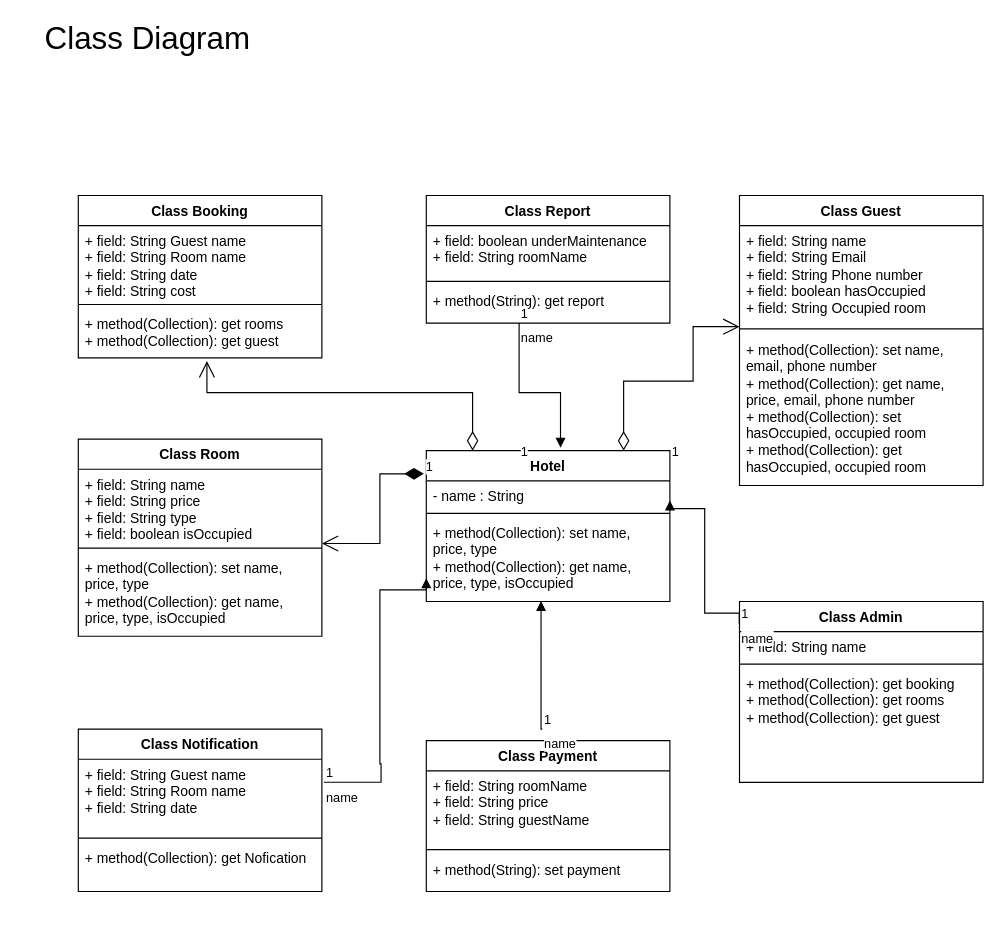
Earlier version of the draw.io diagram Mr EOB Tasks/The Monarchs Hotel/The Monarcks Hotel UML Class Diagram .drawio (Adamsonoladipupo/Java-Class-Exercises). Source tidied: cells renumbered, new cells numbered last; positions are measured from the earlier drawing's top-left corner, leaving out a move shared by most shapes. Both pictures are drawn from the tidied source at 116%, with x=0, y=0 at pixel (20, 21).
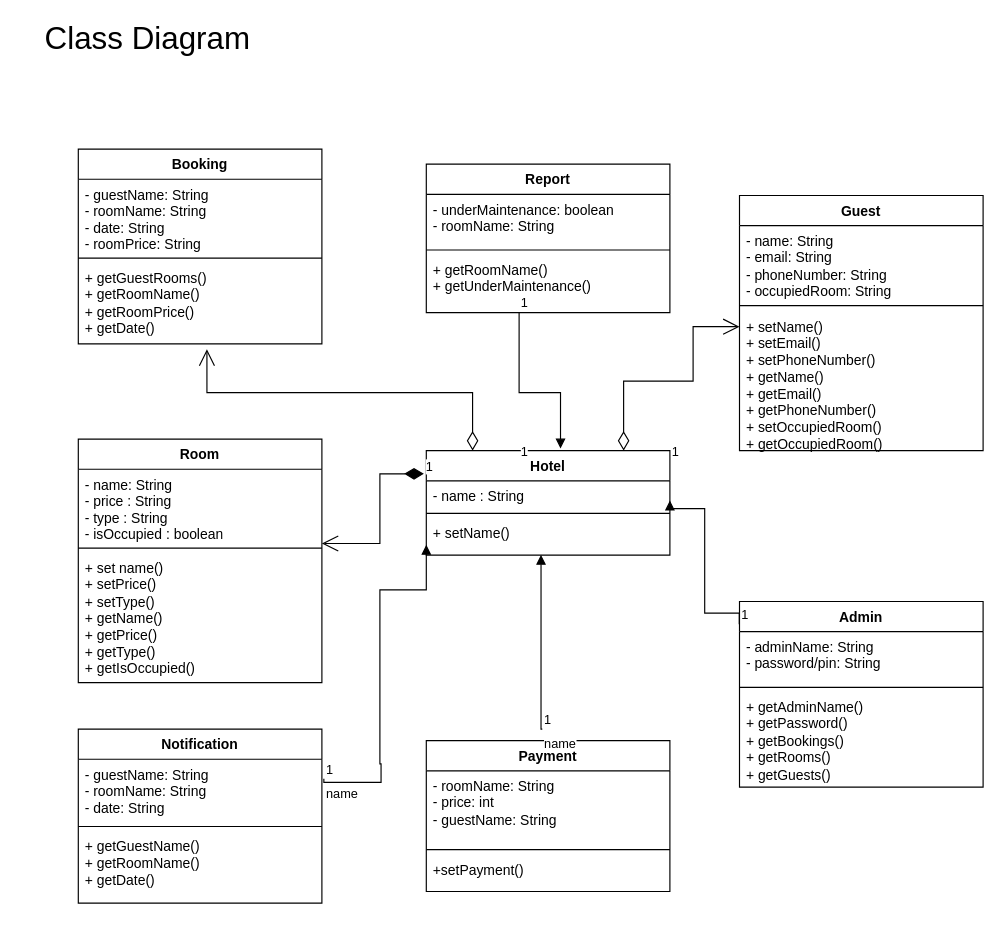
After the change.

Unchanged cells that the change refers to:
```xml
<mxCell id="16" value="- name : String&lt;div&gt;&lt;br&gt;&lt;/div&gt;" style="text;strokeColor=none;fillColor=none;align=left;verticalAlign=top;spacingLeft=4;spacingRight=4;overflow=hidden;points=[[0,0.5],[1,0.5]];portConstraint=eastwest;whiteSpace=wrap;html=1;" parent="15" vertex="1">
  <mxGeometry y="26" width="210" height="24" as="geometry" />
</mxCell>
```

The edit, as a diff of the source:
```diff
@@
-    <mxCell id="2" value="Class Admin" style="swimlane;fontStyle=1;align=center;verticalAlign=top;horizontal=1;startSize=26;whiteSpace=wrap;html=1;" parent="1" vertex="1">
-      <mxGeometry x="620" y="500" width="210" height="156" as="geometry" />
+    <mxCell id="2" value="Admin" style="swimlane;fontStyle=1;align=center;verticalAlign=top;horizontal=1;startSize=26;whiteSpace=wrap;html=1;" parent="1" vertex="1">
+      <mxGeometry x="620" y="500" width="210" height="160" as="geometry" />
     </mxCell>
-    <mxCell id="3" value="+ field: String name" style="text;strokeColor=none;fillColor=none;align=left;verticalAlign=top;spacingLeft=4;spacingRight=4;overflow=hidden;whiteSpace=wrap;html=1;" parent="2" vertex="1">
-      <mxGeometry y="26" width="210" height="24" as="geometry" />
+    <mxCell id="3" value="- adminName: String&lt;div&gt;- password/pin: String&lt;/div&gt;" style="text;strokeColor=none;fillColor=none;align=left;verticalAlign=top;spacingLeft=4;spacingRight=4;overflow=hidden;whiteSpace=wrap;html=1;" parent="2" vertex="1">
+      <mxGeometry y="26" width="210" height="44" as="geometry" />
     </mxCell>
     <mxCell id="4" style="line;strokeWidth=1;fillColor=none;align=left;verticalAlign=middle;spacingTop=-1;spacingLeft=3;spacingRight=3;labelPosition=right;strokeColor=inherit;" parent="2" vertex="1">
-      <mxGeometry y="50" width="210" height="8" as="geometry" />
+      <mxGeometry y="70" width="210" height="8" as="geometry" />
     </mxCell>
-    <mxCell id="5" value="+ method(Collection): get booking&lt;br&gt;&lt;div&gt;&lt;div&gt;+ method(Collection): get rooms&lt;/div&gt;&lt;div&gt;+ method(Collection): get guest&lt;/div&gt;&lt;/div&gt;" style="text;strokeColor=none;fillColor=none;align=left;verticalAlign=top;spacingLeft=4;spacingRight=4;overflow=hidden;whiteSpace=wrap;html=1;" parent="2" vertex="1">
-      <mxGeometry y="58" width="210" height="98" as="geometry" />
+    <mxCell id="5" value="&lt;div&gt;+ getAdminName()&lt;/div&gt;&lt;div&gt;+ getPassword()&lt;/div&gt;+ getBookings()&lt;br&gt;&lt;div&gt;&lt;div&gt;+ getRooms()&lt;/div&gt;&lt;div&gt;+ getGuests()&lt;/div&gt;&lt;/div&gt;" style="text;strokeColor=none;fillColor=none;align=left;verticalAlign=top;spacingLeft=4;spacingRight=4;overflow=hidden;whiteSpace=wrap;html=1;" parent="2" vertex="1">
+      <mxGeometry y="78" width="210" height="82" as="geometry" />
     </mxCell>
-    <mxCell id="6" value="Class Room" style="swimlane;fontStyle=1;align=center;verticalAlign=top;horizontal=1;startSize=26;whiteSpace=wrap;html=1;" parent="1" vertex="1">
-      <mxGeometry x="50" y="360" width="210" height="170" as="geometry" />
+    <mxCell id="6" value="Room" style="swimlane;fontStyle=1;align=center;verticalAlign=top;horizontal=1;startSize=26;whiteSpace=wrap;html=1;" parent="1" vertex="1">
+      <mxGeometry x="50" y="360" width="210" height="210" as="geometry" />
     </mxCell>
-    <mxCell id="7" value="+ field: String name&lt;div&gt;+ field: String price&lt;/div&gt;&lt;div&gt;+ field: String type&lt;/div&gt;&lt;div&gt;+ field: boolean isOccupied&lt;/div&gt;" style="text;strokeColor=none;fillColor=none;align=left;verticalAlign=top;spacingLeft=4;spacingRight=4;overflow=hidden;whiteSpace=wrap;html=1;" parent="6" vertex="1">
+    <mxCell id="7" value="- name: String&lt;div&gt;&lt;span style=&quot;background-color: transparent; color: light-dark(rgb(0, 0, 0), rgb(255, 255, 255));&quot;&gt;- price : String&lt;/span&gt;&lt;div&gt;- type : String&lt;/div&gt;&lt;div&gt;- isOccupied : boolean&lt;/div&gt;&lt;/div&gt;" style="text;strokeColor=none;fillColor=none;align=left;verticalAlign=top;spacingLeft=4;spacingRight=4;overflow=hidden;whiteSpace=wrap;html=1;" parent="6" vertex="1">
       <mxGeometry y="26" width="210" height="64" as="geometry" />
     </mxCell>
@@
-    <mxCell id="9" value="&lt;span style=&quot;background-color: transparent; color: light-dark(rgb(0, 0, 0), rgb(255, 255, 255));&quot;&gt;+ method(Collection): set name, price, type&lt;/span&gt;&lt;div&gt;+ method(Collection): get name, price, type, isOccupied&lt;/div&gt;" style="text;strokeColor=none;fillColor=none;align=left;verticalAlign=top;spacingLeft=4;spacingRight=4;overflow=hidden;whiteSpace=wrap;html=1;" parent="6" vertex="1">
-      <mxGeometry y="98" width="210" height="72" as="geometry" />
+    <mxCell id="9" value="&lt;span style=&quot;background-color: transparent; color: light-dark(rgb(0, 0, 0), rgb(255, 255, 255));&quot;&gt;+ set name()&amp;nbsp;&lt;/span&gt;&lt;div&gt;&lt;span style=&quot;background-color: transparent; color: light-dark(rgb(0, 0, 0), rgb(255, 255, 255));&quot;&gt;+ setPrice()&lt;/span&gt;&lt;/div&gt;&lt;div&gt;&lt;span style=&quot;background-color: transparent; color: light-dark(rgb(0, 0, 0), rgb(255, 255, 255));&quot;&gt;+ setType()&lt;/span&gt;&lt;/div&gt;&lt;div&gt;+ getName()&lt;/div&gt;&lt;div&gt;+ getPrice()&lt;/div&gt;&lt;div&gt;+ getType()&lt;/div&gt;&lt;div&gt;+ getIsOccupied()&lt;/div&gt;" style="text;strokeColor=none;fillColor=none;align=left;verticalAlign=top;spacingLeft=4;spacingRight=4;overflow=hidden;whiteSpace=wrap;html=1;" parent="6" vertex="1">
+      <mxGeometry y="98" width="210" height="112" as="geometry" />
     </mxCell>
-    <mxCell id="10" value="Class Guest" style="swimlane;fontStyle=1;align=center;verticalAlign=top;horizontal=1;startSize=26;whiteSpace=wrap;html=1;" parent="1" vertex="1">
-      <mxGeometry x="620" y="150" width="210" height="250" as="geometry" />
+    <mxCell id="10" value="Guest" style="swimlane;fontStyle=1;align=center;verticalAlign=top;horizontal=1;startSize=26;whiteSpace=wrap;html=1;" parent="1" vertex="1">
+      <mxGeometry x="620" y="150" width="210" height="220" as="geometry" />
     </mxCell>
-    <mxCell id="11" value="+ field: String name&lt;div&gt;+ field: String Email&lt;/div&gt;&lt;div&gt;+ field: String Phone number&lt;/div&gt;&lt;div&gt;+ field: boolean hasOccupied&lt;/div&gt;&lt;div&gt;&lt;/div&gt;+ field: String Occupied room" style="text;strokeColor=none;fillColor=none;align=left;verticalAlign=top;spacingLeft=4;spacingRight=4;overflow=hidden;whiteSpace=wrap;html=1;" parent="10" vertex="1">
-      <mxGeometry y="26" width="210" height="84" as="geometry" />
+    <mxCell id="11" value="- name: String&lt;div&gt;- email: String&lt;/div&gt;&lt;div&gt;- phoneNumber: String&lt;/div&gt;&lt;div&gt;&lt;/div&gt;- occupiedRoom: String" style="text;strokeColor=none;fillColor=none;align=left;verticalAlign=top;spacingLeft=4;spacingRight=4;overflow=hidden;whiteSpace=wrap;html=1;" parent="10" vertex="1">
+      <mxGeometry y="26" width="210" height="64" as="geometry" />
     </mxCell>
     <mxCell id="12" style="line;strokeWidth=1;fillColor=none;align=left;verticalAlign=middle;spacingTop=-1;spacingLeft=3;spacingRight=3;labelPosition=right;strokeColor=inherit;" parent="10" vertex="1">
-      <mxGeometry y="110" width="210" height="10" as="geometry" />
+      <mxGeometry y="90" width="210" height="10" as="geometry" />
     </mxCell>
-    <mxCell id="13" value="&lt;span style=&quot;background-color: transparent; color: light-dark(rgb(0, 0, 0), rgb(255, 255, 255));&quot;&gt;+ method(Collection): set name, email, phone number&lt;/span&gt;&lt;div&gt;+ method(Collection): get name, price, email, phone number&lt;/div&gt;&lt;div&gt;+ method(Collection): set hasOccupied, occupied room&lt;/div&gt;&lt;div&gt;+ method(Collection): get hasOccupied, occupied room&lt;/div&gt;" style="text;strokeColor=none;fillColor=none;align=left;verticalAlign=top;spacingLeft=4;spacingRight=4;overflow=hidden;whiteSpace=wrap;html=1;" parent="10" vertex="1">
-      <mxGeometry y="120" width="210" height="130" as="geometry" />
+    <mxCell id="13" value="&lt;span style=&quot;background-color: transparent; color: light-dark(rgb(0, 0, 0), rgb(255, 255, 255));&quot;&gt;+ setName()&lt;/span&gt;&lt;div&gt;&lt;span style=&quot;background-color: transparent; color: light-dark(rgb(0, 0, 0), rgb(255, 255, 255));&quot;&gt;+ setEmail()&lt;/span&gt;&lt;/div&gt;&lt;div&gt;&lt;span style=&quot;background-color: transparent; color: light-dark(rgb(0, 0, 0), rgb(255, 255, 255));&quot;&gt;+ setPhoneNumber()&lt;/span&gt;&lt;div&gt;+ getName()&amp;nbsp;&lt;/div&gt;&lt;div&gt;+ getEmail()&lt;/div&gt;&lt;div&gt;+ getPhoneNumber()&lt;/div&gt;&lt;div&gt;+ setOccupiedRoom()&lt;/div&gt;&lt;div&gt;+ getOccupiedRoom()&lt;/div&gt;&lt;/div&gt;" style="text;strokeColor=none;fillColor=none;align=left;verticalAlign=top;spacingLeft=4;spacingRight=4;overflow=hidden;whiteSpace=wrap;html=1;" parent="10" vertex="1">
+      <mxGeometry y="100" width="210" height="120" as="geometry" />
     </mxCell>
@@
     <mxCell id="15" value="Hotel" style="swimlane;fontStyle=1;align=center;verticalAlign=top;horizontal=1;startSize=26;whiteSpace=wrap;html=1;" parent="1" vertex="1">
-      <mxGeometry x="350" y="370" width="210" height="130" as="geometry" />
+      <mxGeometry x="350" y="370" width="210" height="90" as="geometry" />
     </mxCell>
@@
-    <mxCell id="18" value="&lt;span style=&quot;background-color: transparent; color: light-dark(rgb(0, 0, 0), rgb(255, 255, 255));&quot;&gt;+ method(Collection): set name, price, type&lt;/span&gt;&lt;div&gt;+ method(Collection): get name, price, type, isOccupied&lt;/div&gt;" style="text;strokeColor=none;fillColor=none;align=left;verticalAlign=top;spacingLeft=4;spacingRight=4;overflow=hidden;points=[[0,0.5],[1,0.5]];portConstraint=eastwest;whiteSpace=wrap;html=1;" parent="15" vertex="1">
-      <mxGeometry y="58" width="210" height="72" as="geometry" />
+    <mxCell id="18" value="&lt;span style=&quot;background-color: transparent; color: light-dark(rgb(0, 0, 0), rgb(255, 255, 255));&quot;&gt;+ setName()&lt;/span&gt;" style="text;strokeColor=none;fillColor=none;align=left;verticalAlign=top;spacingLeft=4;spacingRight=4;overflow=hidden;points=[[0,0.5],[1,0.5]];portConstraint=eastwest;whiteSpace=wrap;html=1;" parent="15" vertex="1">
+      <mxGeometry y="58" width="210" height="32" as="geometry" />
     </mxCell>
-    <mxCell id="19" value="Class Booking" style="swimlane;fontStyle=1;align=center;verticalAlign=top;horizontal=1;startSize=26;whiteSpace=wrap;html=1;" parent="1" vertex="1">
-      <mxGeometry x="50" y="150" width="210" height="140" as="geometry" />
+    <mxCell id="19" value="Booking" style="swimlane;fontStyle=1;align=center;verticalAlign=top;horizontal=1;startSize=26;whiteSpace=wrap;html=1;" parent="1" vertex="1">
+      <mxGeometry x="50" y="110" width="210" height="168" as="geometry" />
     </mxCell>
-    <mxCell id="20" value="+ field: String Guest name&lt;div&gt;+ field: String Room name&lt;/div&gt;&lt;div&gt;+ field: String date&lt;/div&gt;&lt;div&gt;+ field: String cost&lt;/div&gt;" style="text;strokeColor=none;fillColor=none;align=left;verticalAlign=top;spacingLeft=4;spacingRight=4;overflow=hidden;whiteSpace=wrap;html=1;" parent="19" vertex="1">
+    <mxCell id="20" value="- guestName: String&lt;div&gt;- roomName: String&lt;/div&gt;&lt;div&gt;&lt;span style=&quot;background-color: transparent; color: light-dark(rgb(0, 0, 0), rgb(255, 255, 255));&quot;&gt;- date: String&lt;/span&gt;&lt;/div&gt;&lt;div&gt;- roomPrice: String&lt;/div&gt;" style="text;strokeColor=none;fillColor=none;align=left;verticalAlign=top;spacingLeft=4;spacingRight=4;overflow=hidden;whiteSpace=wrap;html=1;" parent="19" vertex="1">
       <mxGeometry y="26" width="210" height="64" as="geometry" />
     </mxCell>
@@
-    <mxCell id="22" value="&lt;div&gt;&lt;div&gt;+ method(Collection): get rooms&lt;/div&gt;&lt;div&gt;+ method(Collection): get guest&lt;/div&gt;&lt;/div&gt;" style="text;strokeColor=none;fillColor=none;align=left;verticalAlign=top;spacingLeft=4;spacingRight=4;overflow=hidden;points=[[0,0.5],[1,0.5]];portConstraint=eastwest;whiteSpace=wrap;html=1;" parent="19" vertex="1">
-      <mxGeometry y="98" width="210" height="42" as="geometry" />
+    <mxCell id="22" value="&lt;div&gt;&lt;div&gt;+ getGuestRooms()&lt;/div&gt;&lt;div&gt;+ getRoomName()&lt;/div&gt;&lt;/div&gt;&lt;div&gt;+ getRoomPrice()&lt;/div&gt;&lt;div&gt;+ getDate()&lt;/div&gt;" style="text;strokeColor=none;fillColor=none;align=left;verticalAlign=top;spacingLeft=4;spacingRight=4;overflow=hidden;points=[[0,0.5],[1,0.5]];portConstraint=eastwest;whiteSpace=wrap;html=1;" parent="19" vertex="1">
+      <mxGeometry y="98" width="210" height="70" as="geometry" />
     </mxCell>
-    <mxCell id="23" value="Class Notification" style="swimlane;fontStyle=1;align=center;verticalAlign=top;horizontal=1;startSize=26;whiteSpace=wrap;html=1;" parent="1" vertex="1">
-      <mxGeometry x="50" y="610" width="210" height="140" as="geometry" />
+    <mxCell id="23" value="Notification" style="swimlane;fontStyle=1;align=center;verticalAlign=top;horizontal=1;startSize=26;whiteSpace=wrap;html=1;" parent="1" vertex="1">
+      <mxGeometry x="50" y="610" width="210" height="150" as="geometry" />
     </mxCell>
-    <mxCell id="24" value="+ field: String Guest name&lt;div&gt;+ field: String Room name&lt;/div&gt;&lt;div&gt;+ field: String date&lt;/div&gt;" style="text;strokeColor=none;fillColor=none;align=left;verticalAlign=top;spacingLeft=4;spacingRight=4;overflow=hidden;points=[[0,0.5],[1,0.5]];portConstraint=eastwest;whiteSpace=wrap;html=1;" parent="23" vertex="1">
-      <mxGeometry y="26" width="210" height="64" as="geometry" />
+    <mxCell id="24" value="- guestName: String&amp;nbsp;&lt;div&gt;&lt;span style=&quot;background-color: transparent; color: light-dark(rgb(0, 0, 0), rgb(255, 255, 255));&quot;&gt;- roomName: String&lt;/span&gt;&lt;div&gt;- date: String&lt;/div&gt;&lt;/div&gt;" style="text;strokeColor=none;fillColor=none;align=left;verticalAlign=top;spacingLeft=4;spacingRight=4;overflow=hidden;points=[[0,0.5],[1,0.5]];portConstraint=eastwest;whiteSpace=wrap;html=1;" parent="23" vertex="1">
+      <mxGeometry y="26" width="210" height="54" as="geometry" />
     </mxCell>
     <mxCell id="25" style="line;strokeWidth=1;fillColor=none;align=left;verticalAlign=middle;spacingTop=-1;spacingLeft=3;spacingRight=3;labelPosition=right;strokeColor=inherit;" parent="23" vertex="1">
-      <mxGeometry y="90" width="210" height="8" as="geometry" />
+      <mxGeometry y="80" width="210" height="8" as="geometry" />
     </mxCell>
-    <mxCell id="26" value="&lt;div&gt;&lt;div&gt;+ method(Collection): get Nofication&lt;/div&gt;&lt;/div&gt;" style="text;strokeColor=none;fillColor=none;align=left;verticalAlign=top;spacingLeft=4;spacingRight=4;overflow=hidden;whiteSpace=wrap;html=1;" parent="23" vertex="1">
-      <mxGeometry y="98" width="210" height="42" as="geometry" />
+    <mxCell id="26" value="&lt;div&gt;&lt;div&gt;+ getGuestName()&lt;/div&gt;&lt;/div&gt;&lt;div&gt;+ getRoomName()&lt;/div&gt;&lt;div&gt;+ getDate()&lt;/div&gt;" style="text;strokeColor=none;fillColor=none;align=left;verticalAlign=top;spacingLeft=4;spacingRight=4;overflow=hidden;whiteSpace=wrap;html=1;" parent="23" vertex="1">
+      <mxGeometry y="88" width="210" height="62" as="geometry" />
     </mxCell>
-    <mxCell id="27" value="Class Payment" style="swimlane;fontStyle=1;align=center;verticalAlign=top;horizontal=1;startSize=26;whiteSpace=wrap;html=1;" parent="1" vertex="1">
+    <mxCell id="27" value="Payment" style="swimlane;fontStyle=1;align=center;verticalAlign=top;horizontal=1;startSize=26;whiteSpace=wrap;html=1;" parent="1" vertex="1">
       <mxGeometry x="350" y="620" width="210" height="130" as="geometry" />
     </mxCell>
-    <mxCell id="28" value="+ field: String roomName&lt;div&gt;+ field: String price&lt;/div&gt;&lt;div&gt;+ field: String guestName&lt;/div&gt;" style="text;strokeColor=none;fillColor=none;align=left;verticalAlign=top;spacingLeft=4;spacingRight=4;overflow=hidden;whiteSpace=wrap;html=1;" parent="27" vertex="1">
+    <mxCell id="28" value="- roomName: String&lt;div&gt;- price: int&lt;/div&gt;&lt;div&gt;- guestName: String&lt;/div&gt;" style="text;strokeColor=none;fillColor=none;align=left;verticalAlign=top;spacingLeft=4;spacingRight=4;overflow=hidden;whiteSpace=wrap;html=1;" parent="27" vertex="1">
       <mxGeometry y="26" width="210" height="64" as="geometry" />
     </mxCell>
@@
-    <mxCell id="30" value="&lt;span style=&quot;background-color: transparent; color: light-dark(rgb(0, 0, 0), rgb(255, 255, 255));&quot;&gt;+ method(String): set payment&lt;br&gt;&lt;/span&gt;" style="text;strokeColor=none;fillColor=none;align=left;verticalAlign=top;spacingLeft=4;spacingRight=4;overflow=hidden;whiteSpace=wrap;html=1;" parent="27" vertex="1">
+    <mxCell id="30" value="&lt;span style=&quot;background-color: transparent; color: light-dark(rgb(0, 0, 0), rgb(255, 255, 255));&quot;&gt;+setPayment()&lt;br&gt;&lt;/span&gt;" style="text;strokeColor=none;fillColor=none;align=left;verticalAlign=top;spacingLeft=4;spacingRight=4;overflow=hidden;whiteSpace=wrap;html=1;" parent="27" vertex="1">
       <mxGeometry y="98" width="210" height="32" as="geometry" />
     </mxCell>
-    <mxCell id="31" value="Class Report" style="swimlane;fontStyle=1;align=center;verticalAlign=top;horizontal=1;startSize=26;whiteSpace=wrap;html=1;" parent="1" vertex="1">
-      <mxGeometry x="350" y="150" width="210" height="110" as="geometry" />
+    <mxCell id="31" value="Report" style="swimlane;fontStyle=1;align=center;verticalAlign=top;horizontal=1;startSize=26;whiteSpace=wrap;html=1;" parent="1" vertex="1">
+      <mxGeometry x="350" y="123" width="210" height="128" as="geometry" />
     </mxCell>
-    <mxCell id="32" value="+ field: boolean underMaintenance&lt;div&gt;+ field: String roomName&lt;/div&gt;" style="text;strokeColor=none;fillColor=none;align=left;verticalAlign=top;spacingLeft=4;spacingRight=4;overflow=hidden;whiteSpace=wrap;html=1;" parent="31" vertex="1">
+    <mxCell id="32" value="- underMaintenance: boolean&lt;div&gt;- roomName: String&lt;/div&gt;" style="text;strokeColor=none;fillColor=none;align=left;verticalAlign=top;spacingLeft=4;spacingRight=4;overflow=hidden;whiteSpace=wrap;html=1;" parent="31" vertex="1">
       <mxGeometry y="26" width="210" height="44" as="geometry" />
     </mxCell>
@@
-    <mxCell id="34" value="&lt;span style=&quot;background-color: transparent; color: light-dark(rgb(0, 0, 0), rgb(255, 255, 255));&quot;&gt;+ method(String): get report&lt;br&gt;&lt;/span&gt;" style="text;strokeColor=none;fillColor=none;align=left;verticalAlign=top;spacingLeft=4;spacingRight=4;overflow=hidden;points=[[0,0.5],[1,0.5]];portConstraint=eastwest;whiteSpace=wrap;html=1;" parent="31" vertex="1">
-      <mxGeometry y="78" width="210" height="32" as="geometry" />
+    <mxCell id="34" value="&lt;span style=&quot;background-color: transparent; color: light-dark(rgb(0, 0, 0), rgb(255, 255, 255));&quot;&gt;+ getRoomName()&lt;br&gt;&lt;/span&gt;&lt;div&gt;+ getUnderMaintenance()&lt;/div&gt;" style="text;strokeColor=none;fillColor=none;align=left;verticalAlign=top;spacingLeft=4;spacingRight=4;overflow=hidden;points=[[0,0.5],[1,0.5]];portConstraint=eastwest;whiteSpace=wrap;html=1;" parent="31" vertex="1">
+      <mxGeometry y="78" width="210" height="50" as="geometry" />
     </mxCell>
@@
-    <mxCell id="42" value="name" style="endArrow=block;endFill=1;html=1;edgeStyle=orthogonalEdgeStyle;align=left;verticalAlign=top;rounded=0;entryX=1;entryY=0.706;entryDx=0;entryDy=0;entryPerimeter=0;exitX=-0.001;exitY=0.123;exitDx=0;exitDy=0;exitPerimeter=0;" parent="1" edge="1" source="2" target="16">
+    <mxCell id="42" style="endArrow=block;endFill=1;html=1;edgeStyle=orthogonalEdgeStyle;align=left;verticalAlign=top;rounded=0;entryX=1;entryY=0.706;entryDx=0;entryDy=0;entryPerimeter=0;exitX=-0.001;exitY=0.123;exitDx=0;exitDy=0;exitPerimeter=0;" parent="1" edge="1" source="2" target="16">
       <mxGeometry x="-1" relative="1" as="geometry">
         <Array as="points">
           <mxPoint x="620" y="510" />
           <mxPoint x="590" y="510" />
           <mxPoint x="590" y="420" />
         </Array>
       </mxGeometry>
     </mxCell>
@@
-    <mxCell id="44" value="name" style="endArrow=block;endFill=1;html=1;edgeStyle=orthogonalEdgeStyle;align=left;verticalAlign=top;rounded=0;exitX=0.381;exitY=1;exitDx=0;exitDy=0;exitPerimeter=0;entryX=0.551;entryY=-0.02;entryDx=0;entryDy=0;entryPerimeter=0;" parent="1" edge="1" source="34" target="15">
+    <mxCell id="44" style="endArrow=block;endFill=1;html=1;edgeStyle=orthogonalEdgeStyle;align=left;verticalAlign=top;rounded=0;exitX=0.381;exitY=1;exitDx=0;exitDy=0;exitPerimeter=0;entryX=0.551;entryY=-0.02;entryDx=0;entryDy=0;entryPerimeter=0;" parent="1" edge="1" source="34" target="15">
       <mxGeometry x="-1" relative="1" as="geometry">
         <Array as="points">
           <mxPoint x="430" y="320" />
           <mxPoint x="466" y="320" />
         </Array>
       </mxGeometry>
     </mxCell>
```
